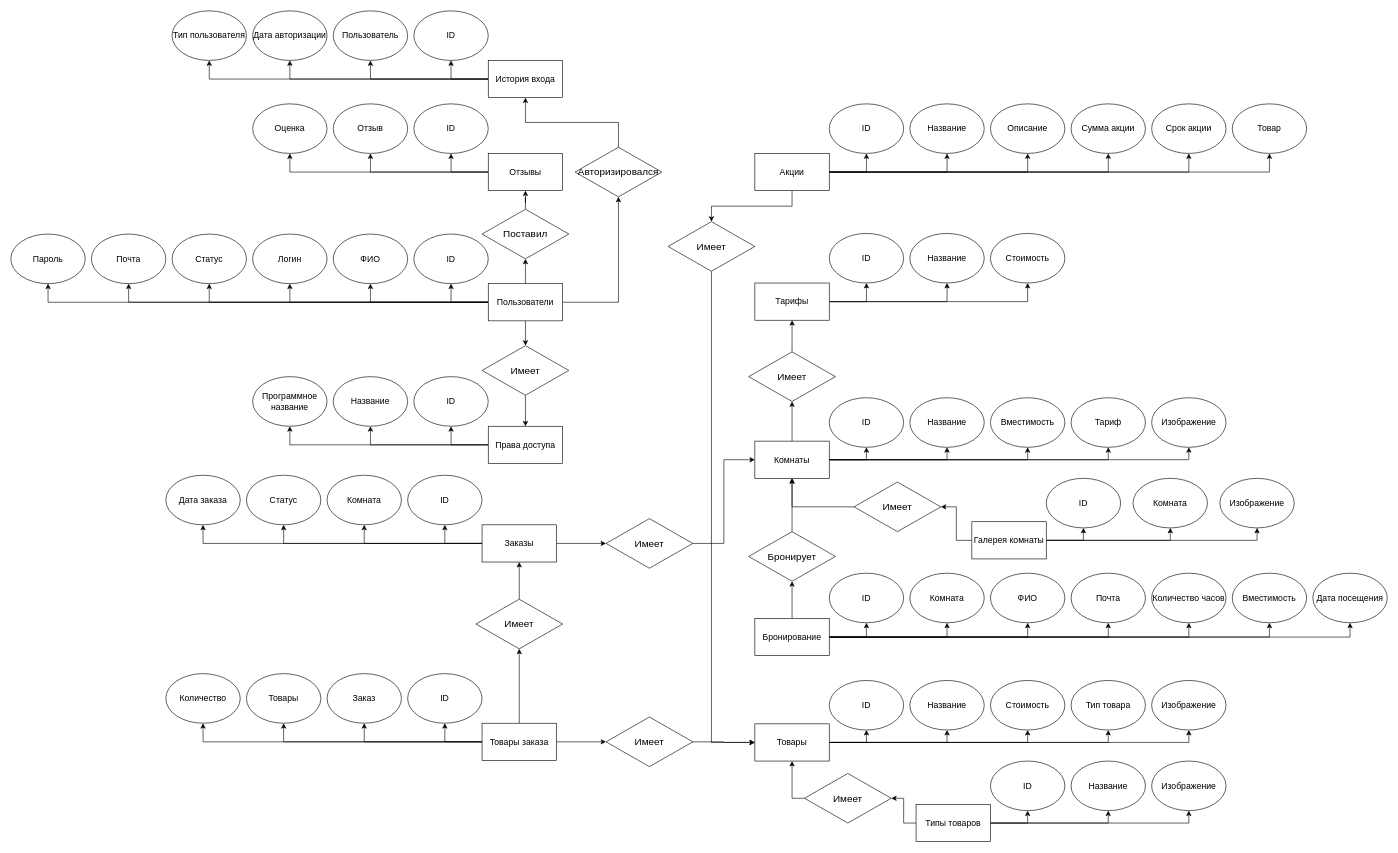
This is page "Концептуальная" (1 of 3) of public/documents/time_cafe.drawio from MrCrross/timecafe, a draw.io file, before an edit. Source tidied: cells renumbered, new cells numbered last; positions are measured from the earlier drawing's top-left corner, leaving out a move shared by most shapes. Both pictures are drawn from the tidied source at 62%, with x=0, y=0 at pixel (11, 11).
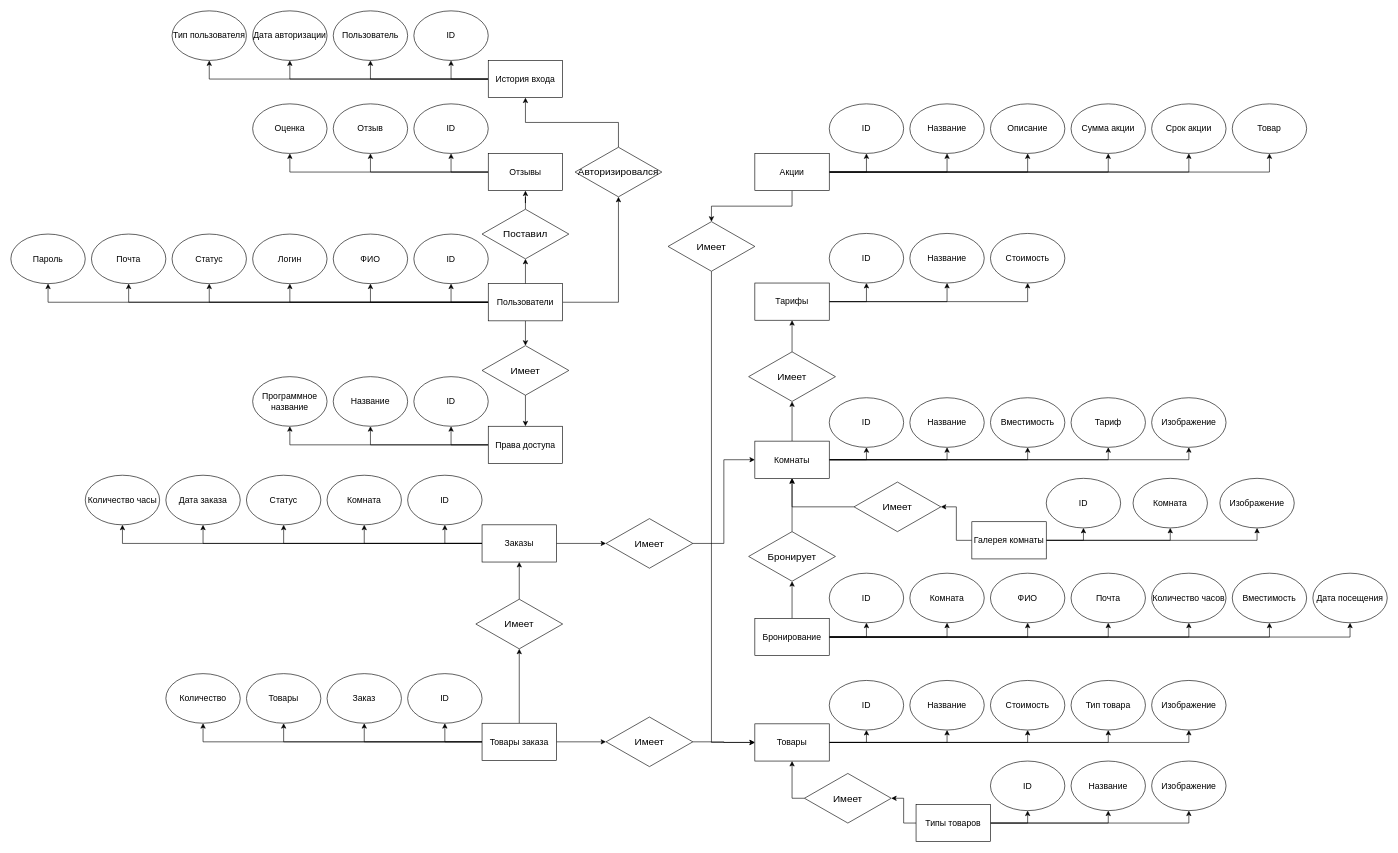
The same diagram, later.

Unchanged cells that the change refers to:
```xml
<mxCell id="105" value="&lt;span style=&quot;font-size: 14px;&quot;&gt;Заказы&lt;/span&gt;" style="rounded=0;whiteSpace=wrap;html=1;" parent="1" vertex="1">
  <mxGeometry x="760" y="829" width="120" height="60" as="geometry" />
</mxCell>
```

Change to the diagram source:
```diff
@@
+    <mxCell id="160" style="edgeStyle=orthogonalEdgeStyle;rounded=0;jettySize=auto;html=1;entryX=0.5;entryY=1;entryDx=0;entryDy=0;" parent="1" edge="1" source="105" target="161">
+      <mxGeometry relative="1" as="geometry" />
+    </mxCell>
@@
+    <mxCell id="161" value="&lt;span style=&quot;font-size: 14px;&quot;&gt;Количество часы&lt;/span&gt;" style="ellipse;whiteSpace=wrap;html=1;" parent="1" vertex="1">
+      <mxGeometry x="120" y="749" width="120" height="80" as="geometry" />
+    </mxCell>
```
